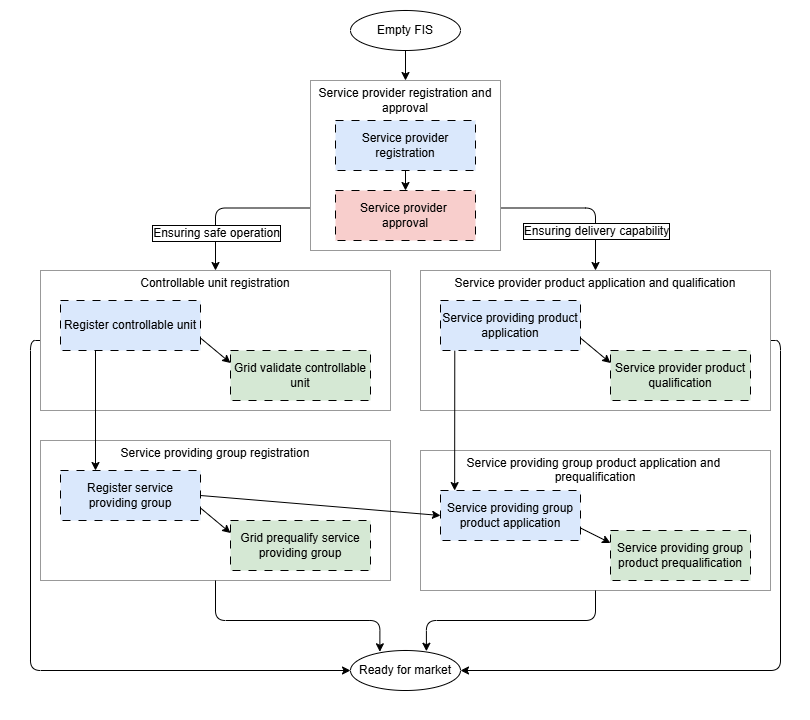
Earlier version of the draw.io export docs/diagrams/ready_for_market.drawio.png (elhub/flex-information-system). Source tidied: cells renumbered, new cells last; positions are measured from the earlier drawing's top-left corner, leaving out a move shared by most shapes.
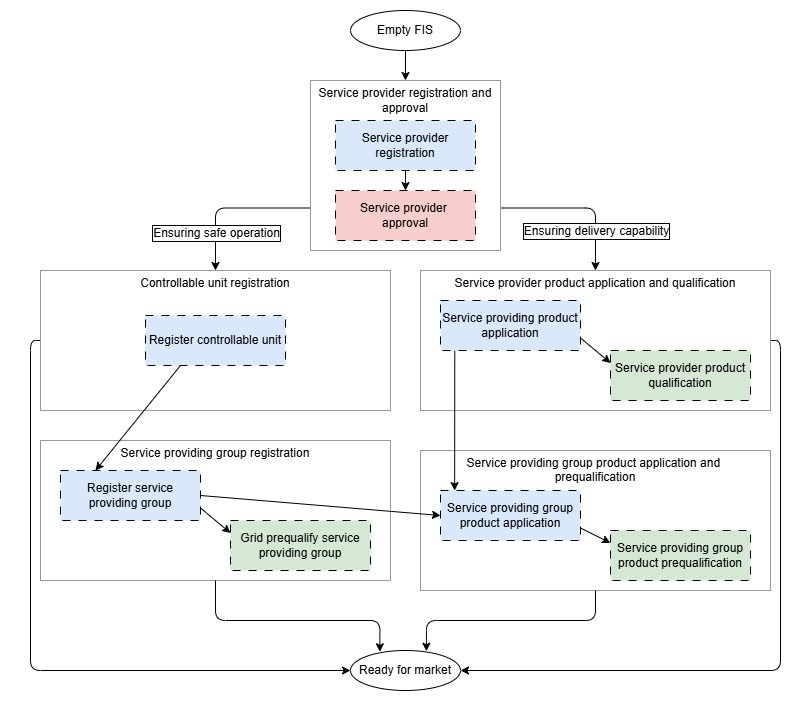
The same diagram one commit later.

Commit message:
docs: update get ready for market

What changed in the source:
```diff
@@ -49,18 +49,12 @@
     <mxCell id="16" value="&lt;span style=&quot;color: rgb(0, 0, 0);&quot;&gt;Service providing group product prequalification&lt;/span&gt;" style="rounded=0;whiteSpace=wrap;html=1;dashed=1;dashPattern=8 8;fillColor=#d5e8d4;strokeColor=#000000;" parent="1" vertex="1">
       <mxGeometry x="610" y="530" width="140" height="50" as="geometry" />
     </mxCell>
-    <mxCell id="17" style="edgeStyle=none;html=1;exitX=1;exitY=0.75;exitDx=0;exitDy=0;entryX=0;entryY=0.25;entryDx=0;entryDy=0;" parent="1" edge="1" source="19" target="20">
-      <mxGeometry relative="1" as="geometry" />
-    </mxCell>
     <mxCell id="18" style="edgeStyle=none;html=1;exitX=0.25;exitY=1;exitDx=0;exitDy=0;entryX=0.25;entryY=0;entryDx=0;entryDy=0;" parent="1" edge="1" source="19" target="26">
       <mxGeometry relative="1" as="geometry" />
     </mxCell>
     <mxCell id="19" value="&lt;span style=&quot;color: rgb(0, 0, 0);&quot;&gt;Register controllable unit&lt;/span&gt;" style="rounded=0;whiteSpace=wrap;html=1;dashed=1;dashPattern=8 8;fillColor=#dae8fc;strokeColor=#000000;" parent="1" vertex="1">
-      <mxGeometry x="60" y="300" width="140" height="50" as="geometry" />
+      <mxGeometry x="145" y="315" width="140" height="50" as="geometry" />
     </mxCell>
-    <mxCell id="20" value="&lt;span style=&quot;color: rgb(0, 0, 0);&quot;&gt;Grid validate controllable unit&lt;/span&gt;" style="rounded=0;whiteSpace=wrap;html=1;dashed=1;dashPattern=8 8;fillColor=#d5e8d4;strokeColor=#000000;" parent="1" vertex="1">
-      <mxGeometry x="230" y="350" width="140" height="50" as="geometry" />
-    </mxCell>
     <mxCell id="21" style="edgeStyle=none;html=1;exitX=1;exitY=0.75;exitDx=0;exitDy=0;entryX=0;entryY=0.25;entryDx=0;entryDy=0;" parent="1" edge="1" source="22" target="23">
       <mxGeometry relative="1" as="geometry" />
     </mxCell>
```
